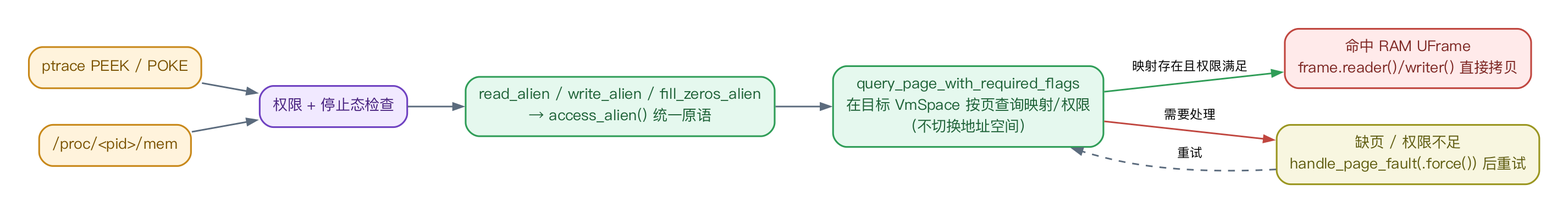
This is research_practice/assets/07_mem_access.png from vvvvsv/asterinas, a Graphviz export, as it was before one commit. Its source is kept beside it as research_practice/assets/07_mem_access.dot.
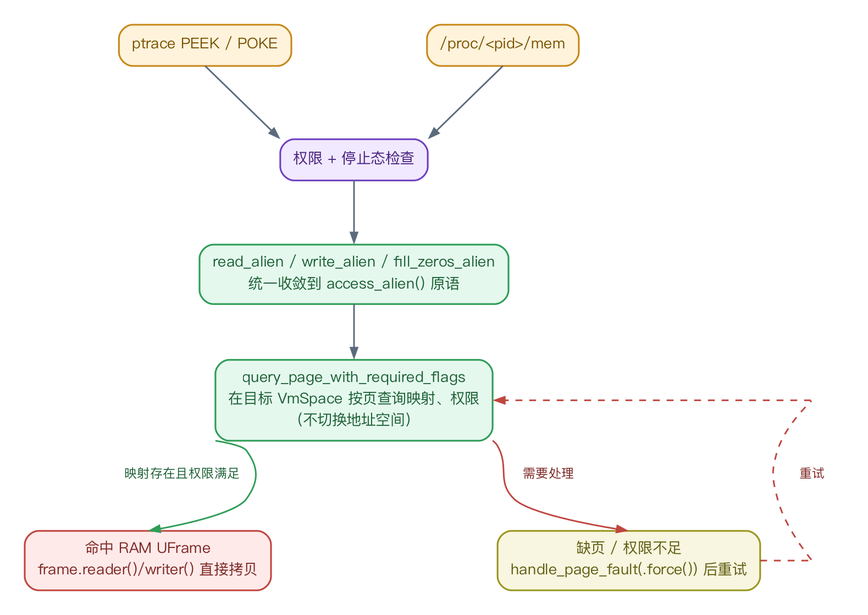
Above is the later version.

Change to the diagram source:
```diff
@@ -1,19 +1,26 @@
 digraph G {
-
-  graph [fontname="PingFang SC", bgcolor="white", pad="0.35", rankdir=LR, nodesep="0.45", ranksep="0.7"];
-  node  [fontname="PingFang SC", shape=box, style="rounded,filled", penwidth=1.5, margin="0.16,0.10", fontsize=13];
-  edge  [fontname="PingFang SC", color="#5b6b7d", penwidth=1.4, arrowsize=0.85, fontsize=11];
-  src1 [label="ptrace PEEK / POKE", fillcolor="#FFF3DC", color="#C8881A", fontcolor="#7a5200"];
-  src2 [label="/proc/&lt;pid&gt;/mem", fillcolor="#FFF3DC", color="#C8881A", fontcolor="#7a5200"];
-  chk [label="权限 + 停止态检查", fillcolor="#F1E9FF", color="#6F42C1", fontcolor="#48227f"];
-  entry [label="read_alien / write_alien / fill_zeros_alien\n→ access_alien() 统一原语", fillcolor="#E5F8EE", color="#2F9D57", fontcolor="#1c6035"];
-  query [label="query_page_with_required_flags\n在目标 VmSpace 按页查询映射/权限\n（不切换地址空间）", fillcolor="#E5F8EE", color="#2F9D57", fontcolor="#1c6035"];
-  frame [label="命中 RAM UFrame\nframe.reader()/writer() 直接拷贝", fillcolor="#FFEAEA", color="#C0463F", fontcolor="#7d2723"];
-  fault [label="缺页 / 权限不足\nhandle_page_fault(.force()) 后重试", fillcolor="#F8F6E0", color="#9A9620", fontcolor="#5f5c10"];
-
-  src1 -> chk; src2 -> chk;
-  chk -> entry -> query;
-  query -> frame [label="映射存在且权限满足", color="#2F9D57"];
-  query -> fault [label="需要处理", color="#C0463F"];
-  fault -> query [label="重试", style=dashed, constraint=false];
+  graph [fontname="PingFang SC", bgcolor="white", pad="0.3", splines=true];
+  node [fontname="PingFang SC", shape=box, style="rounded,filled", penwidth=1.5, margin="0.16,0.10", fontsize=13];
+  edge [fontname="PingFang SC", color="#5b6b7d", penwidth=1.4, arrowsize=0.85, fontsize=11];
+  src1 [label="ptrace PEEK / POKE", fillcolor="#FFF3DC", color="#C8881A", fontcolor="#7a5200", pos="190,560"];
+  src2 [label="/proc/&lt;pid&gt;/mem", fillcolor="#FFF3DC", color="#C8881A", fontcolor="#7a5200", pos="450,560"];
+  chk [label="权限 + 停止态检查", fillcolor="#F1E9FF", color="#6F42C1", fontcolor="#48227f", pos="320,460"];
+  entry [label="read_alien / write_alien / fill_zeros_alien\n统一收敛到 access_alien() 原语", fillcolor="#E5F8EE", color="#2F9D57", fontcolor="#1c6035", pos="320,360"];
+  query [label="query_page_with_required_flags\n在目标 VmSpace 按页查询映射、权限\n（不切换地址空间）", fillcolor="#E5F8EE", color="#2F9D57", fontcolor="#1c6035", pos="320,250"];
+  frame [label="命中 RAM UFrame\nframe.reader()/writer() 直接拷贝", fillcolor="#FFEAEA", color="#C0463F", fontcolor="#7d2723", pos="140,110"];
+  fault [label="缺页 / 权限不足\nhandle_page_fault(.force()) 后重试", fillcolor="#F8F6E0", color="#9A9620", fontcolor="#5f5c10", pos="560,110"];
+  src1:s -> chk:nw [arrowhead=normal];
+  src2:s -> chk:ne [arrowhead=normal];
+  chk:s -> entry:n;
+  entry:s -> query:n;
+  query:sw -> frame:n [color="#2F9D57"];
+  query:se -> fault:n [color="#C0463F"];
+  wp1 [shape=point, width=0.01, style=invis, pos="720,110"];
+  wp2 [shape=point, width=0.01, style=invis, pos="720,250"];
+  fault:e -> wp1 [arrowhead=none, color="#C0463F", style=dashed];
+  wp1 -> wp2 [arrowhead=none, color="#C0463F", style=dashed];
+  wp2 -> query:e [color="#C0463F", style=dashed];
+  l_frame [shape=box, style="filled", fillcolor="white", color="white", penwidth=0, margin="0.03,0.01", fontsize=11, fontcolor="#1c6035", pos="170,185", label="映射存在且权限满足"];
+  l_fault [shape=box, style="filled", fillcolor="white", color="white", penwidth=0, margin="0.03,0.01", fontsize=11, fontcolor="#7d2723", pos="490,185", label="需要处理"];
+  l_retry [shape=box, style="filled", fillcolor="white", color="white", penwidth=0, margin="0.03,0.01", fontsize=11, fontcolor="#7d2723", pos="720,185", label="重试"];
 }
```
